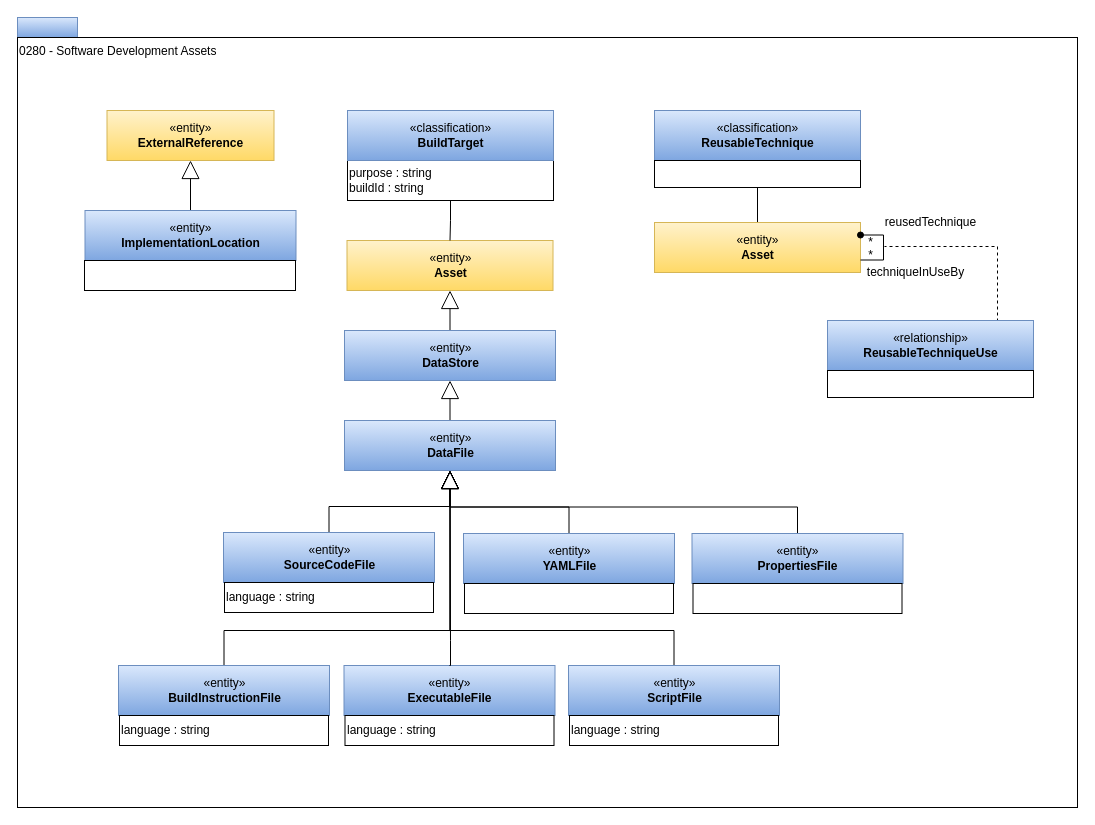
This is page "0280-Software-Development-Assets" (22 of 25) of site/docs/types/2/area-2-assets.drawio from odpi/egeria-docs, a draw.io file, before an edit. Source tidied: cells renumbered, new cells numbered last; positions are measured from the earlier drawing's top-left corner, leaving out a move shared by most shapes. Both pictures are drawn from the tidied source at 100%, with x=0, y=0 at pixel (17, 17).
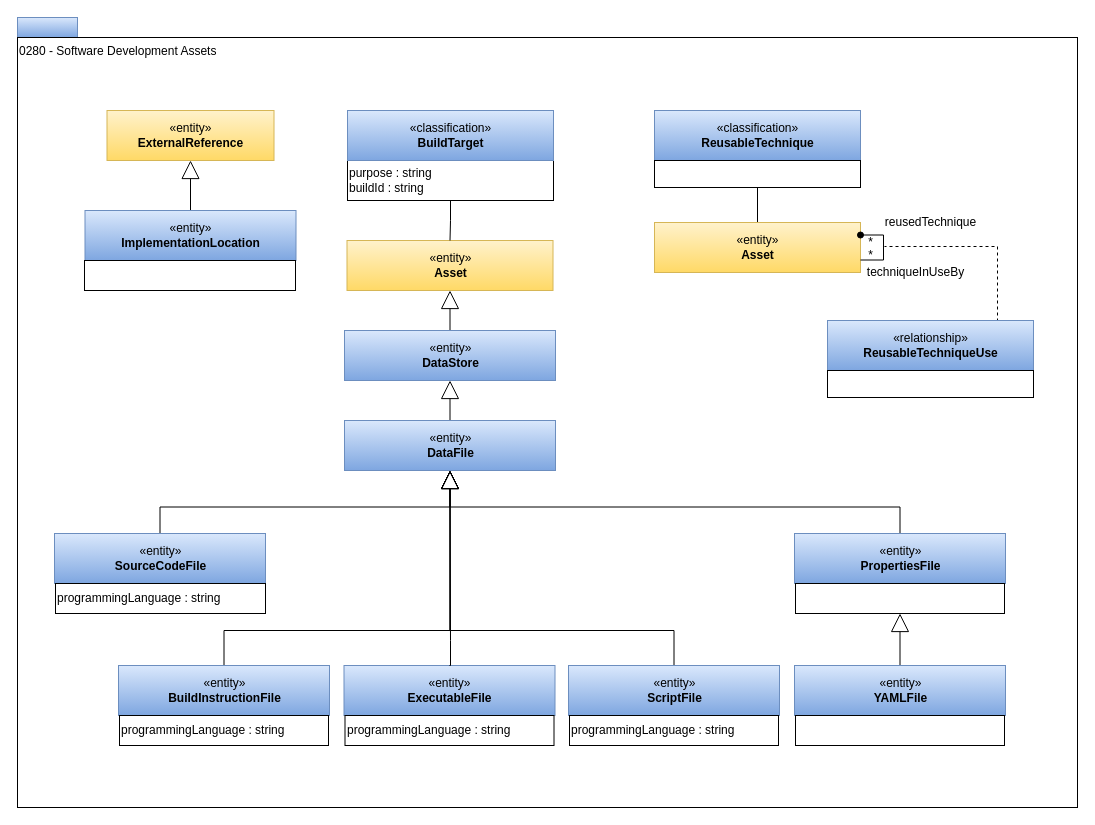
After the change.

The change refers to these unchanged cells:
```xml
<mxCell id="7" value="«entity»&lt;br&gt;&lt;b&gt;DataFile&lt;/b&gt;" style="html=1;strokeColor=#6c8ebf;align=center;fillColor=#dae8fc;gradientColor=#7ea6e0;" parent="1" vertex="1">
  <mxGeometry x="327" y="403" width="211" height="50" as="geometry" />
</mxCell>
```

What changed in the source:
```diff
@@
     <mxCell id="9" value="«entity»&lt;br&gt;&lt;b&gt;SourceCodeFile&lt;/b&gt;" style="html=1;strokeColor=#6c8ebf;align=center;fillColor=#dae8fc;gradientColor=#7ea6e0;" parent="1" vertex="1">
-      <mxGeometry x="206" y="515" width="211" height="50" as="geometry" />
+      <mxGeometry x="37" y="516" width="211" height="50" as="geometry" />
     </mxCell>
-    <mxCell id="10" value="language : string" style="rounded=0;whiteSpace=wrap;html=1;strokeColor=#000000;gradientColor=#ffffff;align=left;" parent="1" vertex="1">
-      <mxGeometry x="207" y="565" width="209" height="30" as="geometry" />
+    <mxCell id="10" value="programmingLanguage : string" style="rounded=0;whiteSpace=wrap;html=1;strokeColor=#000000;gradientColor=#ffffff;align=left;" parent="1" vertex="1">
+      <mxGeometry x="38" y="566" width="210" height="30" as="geometry" />
     </mxCell>
@@
-    <mxCell id="31" style="edgeStyle=orthogonalEdgeStyle;rounded=0;jettySize=auto;html=1;exitX=0.5;exitY=0;exitDx=0;exitDy=0;entryX=0.5;entryY=1;entryDx=0;entryDy=0;startSize=12;endArrow=block;endFill=0;endSize=16;" parent="1" edge="1" source="32" target="7">
+    <mxCell id="31" style="edgeStyle=orthogonalEdgeStyle;rounded=0;jettySize=auto;html=1;exitX=0.5;exitY=0;exitDx=0;exitDy=0;entryX=0.5;entryY=1;entryDx=0;entryDy=0;startSize=12;endArrow=block;endFill=0;endSize=16;" parent="1" edge="1" source="32" target="45">
       <mxGeometry relative="1" as="geometry" />
     </mxCell>
     <mxCell id="32" value="«entity»&lt;br&gt;&lt;b&gt;YAMLFile&lt;/b&gt;" style="html=1;strokeColor=#6c8ebf;align=center;fillColor=#dae8fc;gradientColor=#7ea6e0;" parent="1" vertex="1">
-      <mxGeometry x="446" y="516" width="211" height="50" as="geometry" />
+      <mxGeometry x="777" y="648" width="211" height="50" as="geometry" />
     </mxCell>
     <mxCell id="33" style="rounded=0;whiteSpace=wrap;html=1;strokeColor=#000000;gradientColor=#ffffff;align=left;" parent="1" vertex="1">
-      <mxGeometry x="447" y="566" width="209" height="30" as="geometry" />
+      <mxGeometry x="778" y="698" width="209" height="30" as="geometry" />
     </mxCell>
@@
-    <mxCell id="36" value="language : string" style="rounded=0;whiteSpace=wrap;html=1;strokeColor=#000000;gradientColor=#ffffff;align=left;" parent="1" vertex="1">
+    <mxCell id="36" value="programmingLanguage&amp;nbsp;: string" style="rounded=0;whiteSpace=wrap;html=1;strokeColor=#000000;gradientColor=#ffffff;align=left;" parent="1" vertex="1">
       <mxGeometry x="102" y="698" width="209" height="30" as="geometry" />
     </mxCell>
@@
-    <mxCell id="39" value="language : string" style="rounded=0;whiteSpace=wrap;html=1;strokeColor=#000000;gradientColor=#ffffff;align=left;" parent="1" vertex="1">
+    <mxCell id="39" value="programmingLanguage&amp;nbsp;: string" style="rounded=0;whiteSpace=wrap;html=1;strokeColor=#000000;gradientColor=#ffffff;align=left;" parent="1" vertex="1">
       <mxGeometry x="552" y="698" width="209" height="30" as="geometry" />
     </mxCell>
@@
-    <mxCell id="41" value="language : string" style="rounded=0;whiteSpace=wrap;html=1;strokeColor=#000000;gradientColor=#ffffff;align=left;" parent="1" vertex="1">
+    <mxCell id="41" value="programmingLanguage&amp;nbsp;: string" style="rounded=0;whiteSpace=wrap;html=1;strokeColor=#000000;gradientColor=#ffffff;align=left;" parent="1" vertex="1">
       <mxGeometry x="327.5" y="698" width="209" height="30" as="geometry" />
     </mxCell>
@@
     <mxCell id="44" value="«entity»&lt;br&gt;&lt;b&gt;PropertiesFile&lt;/b&gt;" style="html=1;strokeColor=#6c8ebf;align=center;fillColor=#dae8fc;gradientColor=#7ea6e0;" parent="1" vertex="1">
-      <mxGeometry x="674.5" y="516" width="211" height="50" as="geometry" />
+      <mxGeometry x="777" y="516" width="211" height="50" as="geometry" />
     </mxCell>
     <mxCell id="45" style="rounded=0;whiteSpace=wrap;html=1;strokeColor=#000000;gradientColor=#ffffff;align=left;" parent="1" vertex="1">
-      <mxGeometry x="675.5" y="566" width="209" height="30" as="geometry" />
+      <mxGeometry x="778" y="566" width="209" height="30" as="geometry" />
     </mxCell>
```
